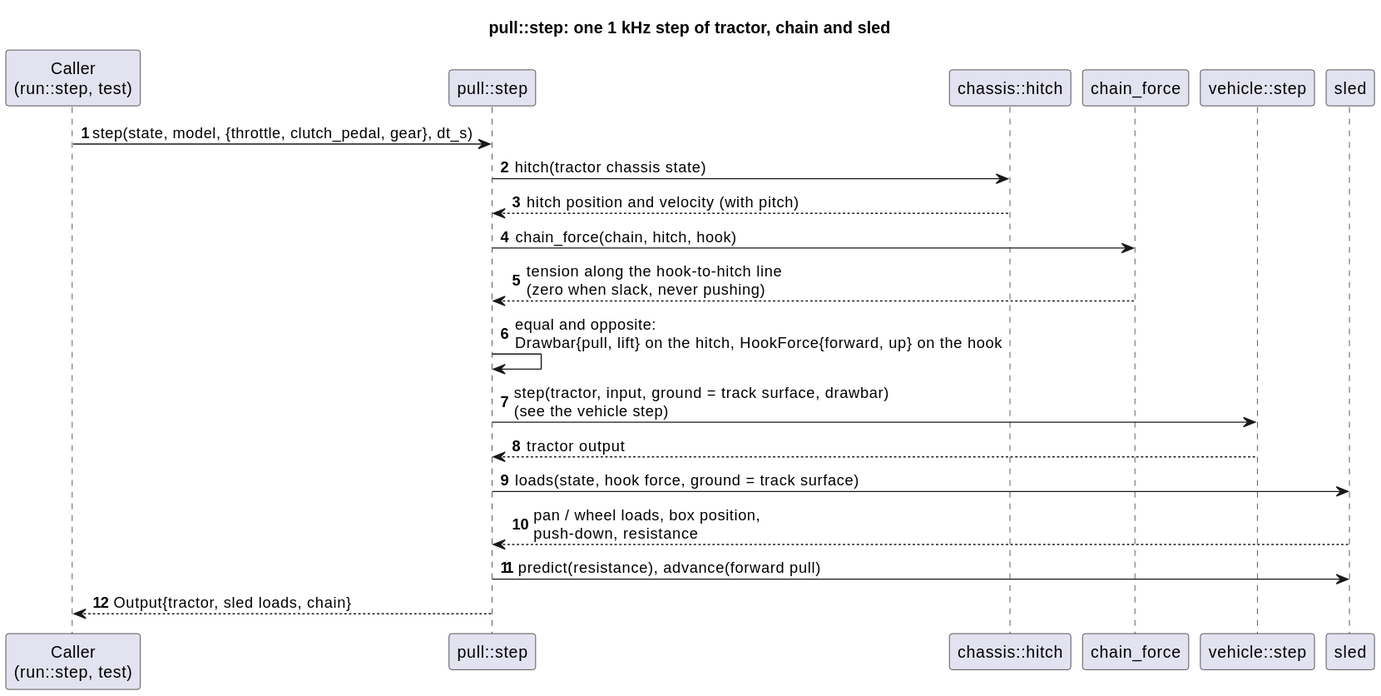
Before: docs/diagrams/svg/pull_step_sequence.svg, a diagram exported from PlantUML (wversteeg/TractorPulling). Its diagram source:
```plantuml
@startuml
title pull::step: one 1 kHz step of tractor, chain and sled
autonumber
participant "Caller\n(run::step, test)" as Caller
participant "pull::step" as Step
participant "chassis::hitch" as Hitch
participant "chain_force" as Chain
participant "vehicle::step" as Vehicle
participant "sled" as Sled

Caller -> Step : step(state, model, {throttle, clutch_pedal, gear}, dt_s)
Step -> Hitch : hitch(tractor chassis state)
Hitch --> Step : hitch position and velocity (with pitch)
Step -> Chain : chain_force(chain, hitch, hook)
Chain --> Step : tension along the hook-to-hitch line\n(zero when slack, never pushing)
Step -> Step : equal and opposite:\nDrawbar{pull, lift} on the hitch, HookForce{forward, up} on the hook
Step -> Vehicle : step(tractor, input, ground = track surface, drawbar)\n(see the vehicle step)
Vehicle --> Step : tractor output
Step -> Sled : loads(state, hook force, ground = track surface)
Sled --> Step : pan / wheel loads, box position,\npush-down, resistance
Step -> Sled : predict(resistance), advance(forward pull)
Step --> Caller : Output{tractor, sled loads, chain}
@enduml
```
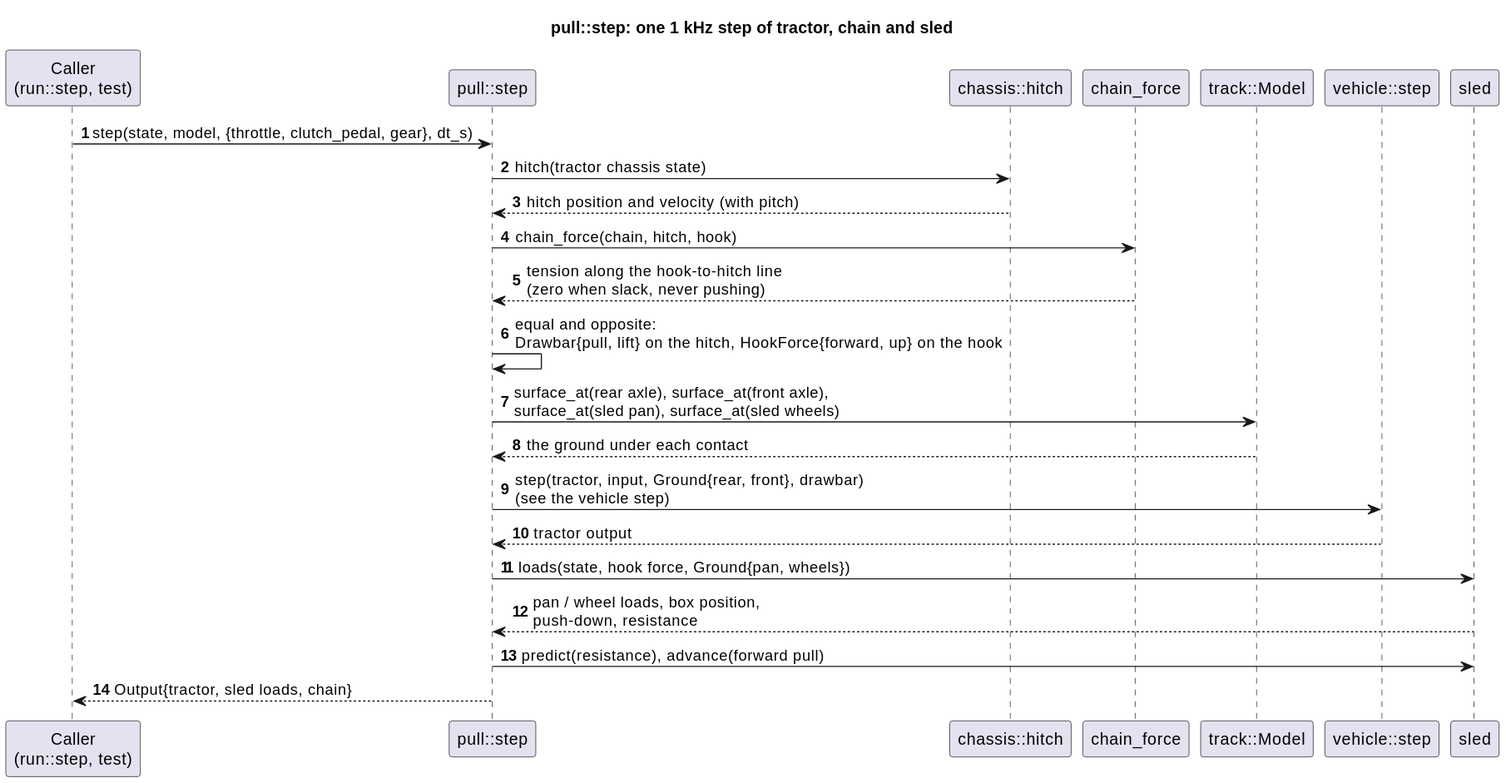
The same diagram one commit later.

Diff of the diagram source:
```diff
@@ -5,6 +5,7 @@
 participant "pull::step" as Step
 participant "chassis::hitch" as Hitch
 participant "chain_force" as Chain
+participant "track::Model" as Track
 participant "vehicle::step" as Vehicle
 participant "sled" as Sled
 
@@ -14,9 +15,11 @@
 Step -> Chain : chain_force(chain, hitch, hook)
 Chain --> Step : tension along the hook-to-hitch line\n(zero when slack, never pushing)
 Step -> Step : equal and opposite:\nDrawbar{pull, lift} on the hitch, HookForce{forward, up} on the hook
-Step -> Vehicle : step(tractor, input, ground = track surface, drawbar)\n(see the vehicle step)
+Step -> Track : surface_at(rear axle), surface_at(front axle),\nsurface_at(sled pan), surface_at(sled wheels)
+Track --> Step : the ground under each contact
+Step -> Vehicle : step(tractor, input, Ground{rear, front}, drawbar)\n(see the vehicle step)
 Vehicle --> Step : tractor output
-Step -> Sled : loads(state, hook force, ground = track surface)
+Step -> Sled : loads(state, hook force, Ground{pan, wheels})
 Sled --> Step : pan / wheel loads, box position,\npush-down, resistance
 Step -> Sled : predict(resistance), advance(forward pull)
 Step --> Caller : Output{tractor, sled loads, chain}
```
